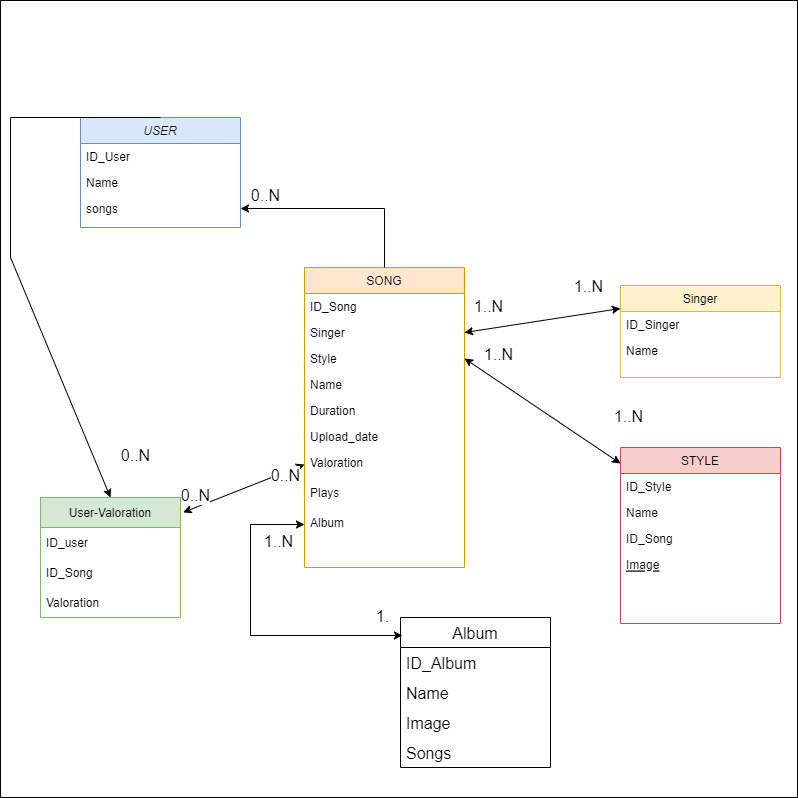
This is draw/database.drawio.png from abeja21/PFB-Kreitekfy-B, a draw.io export, as it was before one commit. Source tidied: cells renumbered, new cells last; positions are measured from the earlier drawing's top-left corner, leaving out a move shared by most shapes.
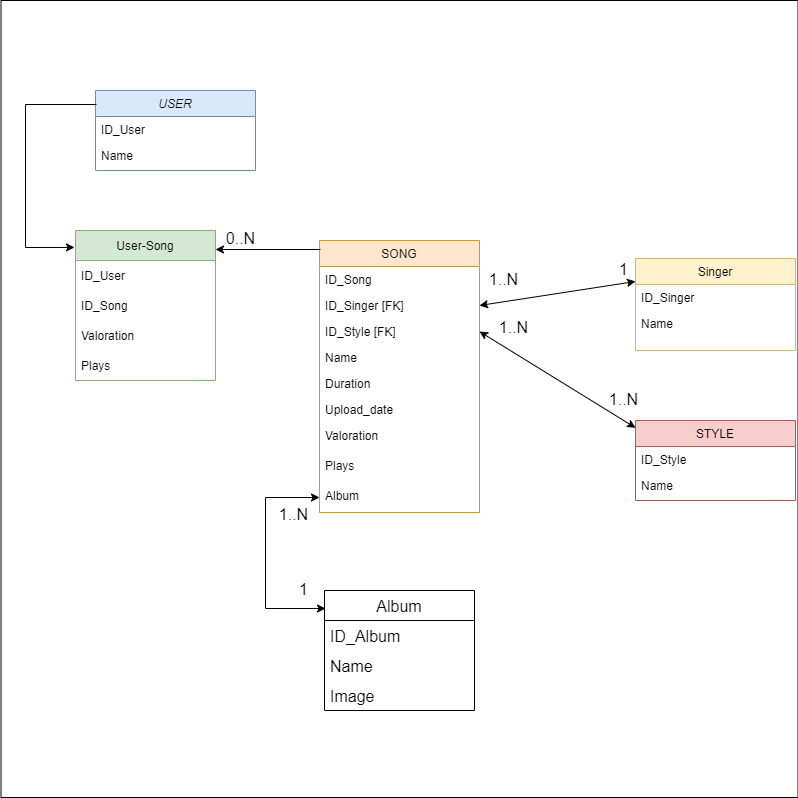
The same diagram one commit later.

What changed in the source:
```diff
@@ -3,10 +3,10 @@
     <mxCell id="0" />
     <mxCell id="1" parent="0" />
     <mxCell id="2" style="whiteSpace=wrap;html=1;" parent="1" vertex="1">
-      <mxGeometry width="797" height="797" as="geometry" />
+      <mxGeometry x="-14.5" y="27" width="797" height="797" as="geometry" />
     </mxCell>
     <mxCell id="3" value="USER" style="swimlane;fontStyle=2;align=center;verticalAlign=top;horizontal=1;startSize=26;rounded=0;shadow=0;strokeWidth=1;fillColor=#dae8fc;strokeColor=#6c8ebf;" parent="1" vertex="1">
-      <mxGeometry x="80" y="117" width="160" height="110" as="geometry" />
+      <mxGeometry x="80" y="117" width="160" height="80" as="geometry" />
     </mxCell>
     <mxCell id="4" value="ID_User" style="text;align=left;verticalAlign=top;spacingLeft=4;spacingRight=4;overflow=hidden;" parent="3" vertex="1">
       <mxGeometry y="26" width="160" height="26" as="geometry" />
@@ -14,11 +14,8 @@
     <mxCell id="5" value="Name" style="text;align=left;verticalAlign=top;spacingLeft=4;spacingRight=4;overflow=hidden;rounded=0;shadow=0;html=0;" parent="3" vertex="1">
       <mxGeometry y="52" width="160" height="26" as="geometry" />
     </mxCell>
-    <mxCell id="6" value="songs" style="text;align=left;verticalAlign=top;spacingLeft=4;spacingRight=4;overflow=hidden;points=[[0,0.5],[1,0.5]];portConstraint=eastwest;rounded=0;shadow=0;html=0;" parent="3" vertex="1">
-      <mxGeometry y="78" width="160" height="26" as="geometry" />
-    </mxCell>
     <mxCell id="7" value="STYLE" style="swimlane;fontStyle=0;align=center;verticalAlign=top;horizontal=1;startSize=26;rounded=0;shadow=0;strokeWidth=1;fillColor=#f8cecc;strokeColor=#b85450;" parent="1" vertex="1">
-      <mxGeometry x="620" y="447" width="160" height="176" as="geometry" />
+      <mxGeometry x="620" y="447" width="160" height="80" as="geometry" />
     </mxCell>
     <mxCell id="8" value="ID_Style" style="text;align=left;verticalAlign=top;spacingLeft=4;spacingRight=4;overflow=hidden;" parent="7" vertex="1">
       <mxGeometry y="26" width="160" height="26" as="geometry" />
@@ -26,12 +23,6 @@
     <mxCell id="9" value="Name" style="text;align=left;verticalAlign=top;spacingLeft=4;spacingRight=4;overflow=hidden;rounded=0;shadow=0;html=0;" parent="7" vertex="1">
       <mxGeometry y="52" width="160" height="26" as="geometry" />
     </mxCell>
-    <mxCell id="10" value="ID_Song" style="text;align=left;verticalAlign=top;spacingLeft=4;spacingRight=4;overflow=hidden;rounded=0;shadow=0;html=0;" parent="7" vertex="1">
-      <mxGeometry y="78" width="160" height="26" as="geometry" />
-    </mxCell>
-    <mxCell id="11" value="Image" style="text;align=left;verticalAlign=top;spacingLeft=4;spacingRight=4;overflow=hidden;fontStyle=4;" parent="7" vertex="1">
-      <mxGeometry y="104" width="160" height="72" as="geometry" />
-    </mxCell>
     <mxCell id="12" value="Singer" style="swimlane;fontStyle=0;align=center;verticalAlign=top;horizontal=1;startSize=26;rounded=0;shadow=0;strokeWidth=1;fillColor=#fff2cc;strokeColor=#d6b656;" parent="1" vertex="1">
       <mxGeometry x="620" y="285" width="160" height="92" as="geometry" />
     </mxCell>
@@ -42,15 +33,15 @@
       <mxGeometry y="52" width="160" height="26" as="geometry" />
     </mxCell>
     <mxCell id="15" value="SONG" style="swimlane;fontStyle=0;align=center;verticalAlign=top;horizontal=1;startSize=26;rounded=0;shadow=0;strokeWidth=1;fillColor=#ffe6cc;strokeColor=#d79b00;" parent="1" vertex="1">
-      <mxGeometry x="304" y="267" width="160" height="300" as="geometry" />
+      <mxGeometry x="304" y="267" width="160" height="272" as="geometry" />
     </mxCell>
     <mxCell id="16" value="ID_Song&#10;" style="text;align=left;verticalAlign=top;spacingLeft=4;spacingRight=4;overflow=hidden;" parent="15" vertex="1">
       <mxGeometry y="26" width="160" height="26" as="geometry" />
     </mxCell>
-    <mxCell id="17" value="Singer" style="text;align=left;verticalAlign=top;spacingLeft=4;spacingRight=4;overflow=hidden;points=[[0,0.5],[1,0.5]];portConstraint=eastwest;rounded=0;shadow=0;html=0;" parent="15" vertex="1">
+    <mxCell id="17" value="ID_Singer [FK]" style="text;align=left;verticalAlign=top;spacingLeft=4;spacingRight=4;overflow=hidden;points=[[0,0.5],[1,0.5]];portConstraint=eastwest;rounded=0;shadow=0;html=0;" parent="15" vertex="1">
       <mxGeometry y="52" width="160" height="26" as="geometry" />
     </mxCell>
-    <mxCell id="18" value="Style" style="text;align=left;verticalAlign=top;spacingLeft=4;spacingRight=4;overflow=hidden;points=[[0,0.5],[1,0.5]];portConstraint=eastwest;rounded=0;shadow=0;html=0;" parent="15" vertex="1">
+    <mxCell id="18" value="ID_Style [FK]" style="text;align=left;verticalAlign=top;spacingLeft=4;spacingRight=4;overflow=hidden;points=[[0,0.5],[1,0.5]];portConstraint=eastwest;rounded=0;shadow=0;html=0;" parent="15" vertex="1">
       <mxGeometry y="78" width="160" height="26" as="geometry" />
     </mxCell>
     <mxCell id="19" value="Name" style="text;align=left;verticalAlign=top;spacingLeft=4;spacingRight=4;overflow=hidden;rounded=0;shadow=0;html=0;" parent="15" vertex="1">
@@ -71,10 +62,10 @@
     <mxCell id="24" value="Album&#10;" style="text;align=left;verticalAlign=top;spacingLeft=4;spacingRight=4;overflow=hidden;points=[[0,0.5],[1,0.5]];portConstraint=eastwest;" parent="15" vertex="1">
       <mxGeometry y="242" width="160" height="30" as="geometry" />
     </mxCell>
-    <mxCell id="25" value="User-Valoration" style="swimlane;fontStyle=0;horizontal=1;startSize=30;fillColor=#d5e8d4;strokeColor=#82b366;" parent="1" vertex="1">
-      <mxGeometry x="40" y="497" width="140" height="120" as="geometry" />
+    <mxCell id="25" value="User-Song" style="swimlane;fontStyle=0;horizontal=1;startSize=30;fillColor=#d5e8d4;strokeColor=#82b366;" parent="1" vertex="1">
+      <mxGeometry x="60" y="257" width="140" height="150" as="geometry" />
     </mxCell>
-    <mxCell id="26" value="ID_user" style="text;strokeColor=none;fillColor=none;align=left;verticalAlign=middle;spacingLeft=4;spacingRight=4;overflow=hidden;" parent="25" vertex="1">
+    <mxCell id="26" value="ID_User" style="text;strokeColor=none;fillColor=none;align=left;verticalAlign=middle;spacingLeft=4;spacingRight=4;overflow=hidden;" parent="25" vertex="1">
       <mxGeometry y="30" width="140" height="30" as="geometry" />
     </mxCell>
     <mxCell id="27" value="ID_Song" style="text;strokeColor=none;fillColor=none;align=left;verticalAlign=middle;spacingLeft=4;spacingRight=4;overflow=hidden;" parent="25" vertex="1">
@@ -83,23 +74,14 @@
     <mxCell id="28" value="Valoration" style="text;strokeColor=none;fillColor=none;align=left;verticalAlign=middle;spacingLeft=4;spacingRight=4;overflow=hidden;" parent="25" vertex="1">
       <mxGeometry y="90" width="140" height="30" as="geometry" />
     </mxCell>
-    <mxCell id="29" style="endArrow=classic;html=1;rounded=0;entryX=1;entryY=0.5;entryDx=0;entryDy=0;exitX=0.5;exitY=0;exitDx=0;exitDy=0;" parent="1" edge="1" source="15" target="6">
-      <mxGeometry relative="1" as="geometry">
-        <Array as="points">
-          <mxPoint x="384" y="208" />
-        </Array>
-      </mxGeometry>
-    </mxCell>
-    <mxCell id="30" value="&lt;font style=&quot;font-size: 16px;&quot;&gt;0..N&lt;/font&gt;" style="edgeLabel;html=1;align=center;verticalAlign=middle;spacing=7;" parent="1" vertex="1">
-      <mxGeometry x="270" y="227" as="geometry">
-        <mxPoint x="-5" y="-33" as="offset" />
-      </mxGeometry>
-    </mxCell>
+    <mxCell id="50" value="Plays" style="text;strokeColor=none;fillColor=none;align=left;verticalAlign=middle;spacingLeft=4;spacingRight=4;overflow=hidden;" parent="25" vertex="1">
+      <mxGeometry y="120" width="140" height="30" as="geometry" />
+    </mxCell>
     <mxCell id="31" style="endArrow=classic;startArrow=classic;html=1;rounded=0;fontSize=16;exitX=0;exitY=0.25;exitDx=0;exitDy=0;entryX=1;entryY=0.5;entryDx=0;entryDy=0;" parent="1" edge="1" source="12" target="17">
       <mxGeometry relative="1" as="geometry" />
     </mxCell>
-    <mxCell id="32" value="&lt;font style=&quot;font-size: 16px;&quot;&gt;1..N&lt;/font&gt;" style="edgeLabel;html=1;align=center;verticalAlign=middle;spacing=7;" parent="1" vertex="1">
-      <mxGeometry x="590" y="247" as="geometry">
+    <mxCell id="32" value="&lt;span style=&quot;font-size: 16px;&quot;&gt;1&lt;/span&gt;" style="edgeLabel;html=1;align=center;verticalAlign=middle;spacing=7;" parent="1" vertex="1">
+      <mxGeometry x="610" y="257" as="geometry">
         <mxPoint x="-2" y="38" as="offset" />
       </mxGeometry>
     </mxCell>
@@ -112,43 +94,30 @@
       <mxGeometry relative="1" as="geometry" />
     </mxCell>
     <mxCell id="35" value="&lt;font style=&quot;font-size: 16px;&quot;&gt;1..N&lt;/font&gt;" style="edgeLabel;html=1;align=center;verticalAlign=middle;spacing=7;" parent="1" vertex="1">
-      <mxGeometry x="630" y="377" as="geometry">
+      <mxGeometry x="610" y="387" as="geometry">
         <mxPoint x="-2" y="38" as="offset" />
       </mxGeometry>
     </mxCell>
-    <mxCell id="36" style="endArrow=classic;html=1;rounded=0;fontSize=16;exitX=0.5;exitY=0;exitDx=0;exitDy=0;entryX=0.5;entryY=0;entryDx=0;entryDy=0;" parent="1" edge="1" source="3" target="25">
+    <mxCell id="36" style="endArrow=classic;html=1;rounded=0;fontSize=16;exitX=0.006;exitY=0.175;exitDx=0;exitDy=0;entryX=-0.007;entryY=0.113;entryDx=0;entryDy=0;entryPerimeter=0;exitPerimeter=0;" parent="1" edge="1" source="3" target="25">
       <mxGeometry relative="1" as="geometry">
         <Array as="points">
-          <mxPoint x="10" y="117" />
-          <mxPoint x="10" y="257" />
+          <mxPoint x="10" y="131" />
+          <mxPoint x="10" y="274" />
         </Array>
       </mxGeometry>
     </mxCell>
-    <mxCell id="37" value="&lt;font style=&quot;font-size: 16px;&quot;&gt;0..N&lt;/font&gt;" style="edgeLabel;html=1;align=center;verticalAlign=middle;spacing=7;" parent="1" vertex="1">
-      <mxGeometry x="140" y="487" as="geometry">
-        <mxPoint x="-5" y="-33" as="offset" />
-      </mxGeometry>
-    </mxCell>
-    <mxCell id="38" style="endArrow=classic;startArrow=classic;html=1;rounded=0;fontSize=16;exitX=1.019;exitY=0.124;exitDx=0;exitDy=0;exitPerimeter=0;entryX=0;entryY=0.5;entryDx=0;entryDy=0;" parent="1" edge="1" source="25" target="22">
-      <mxGeometry relative="1" as="geometry" />
-    </mxCell>
     <mxCell id="39" value="&lt;font style=&quot;font-size: 16px;&quot;&gt;0..N&lt;/font&gt;" style="edgeLabel;html=1;align=center;verticalAlign=middle;spacing=7;" parent="1" vertex="1">
-      <mxGeometry x="200" y="527" as="geometry">
+      <mxGeometry x="230" y="297" as="geometry">
         <mxPoint x="-5" y="-33" as="offset" />
       </mxGeometry>
     </mxCell>
-    <mxCell id="40" value="&lt;font style=&quot;font-size: 16px;&quot;&gt;0..N&lt;/font&gt;" style="edgeLabel;html=1;align=center;verticalAlign=middle;spacing=7;" parent="1" vertex="1">
-      <mxGeometry x="290" y="507" as="geometry">
-        <mxPoint x="-5" y="-33" as="offset" />
-      </mxGeometry>
-    </mxCell>
     <mxCell id="41" value="&lt;font style=&quot;font-size: 16px;&quot;&gt;1..N&lt;/font&gt;" style="edgeLabel;html=1;align=center;verticalAlign=middle;spacing=7;" parent="1" vertex="1">
       <mxGeometry x="500" y="315" as="geometry">
         <mxPoint x="-2" y="38" as="offset" />
       </mxGeometry>
     </mxCell>
     <mxCell id="42" value="Album" style="swimlane;fontStyle=0;horizontal=1;startSize=30;fontSize=16;" parent="1" vertex="1">
-      <mxGeometry x="400" y="617" width="150" height="150" as="geometry" />
+      <mxGeometry x="309" y="617" width="150" height="120" as="geometry" />
     </mxCell>
     <mxCell id="43" value="ID_Album" style="text;strokeColor=none;fillColor=none;align=left;verticalAlign=middle;spacingLeft=4;spacingRight=4;overflow=hidden;fontSize=16;" parent="42" vertex="1">
       <mxGeometry y="30" width="150" height="30" as="geometry" />
@@ -159,10 +128,7 @@
     <mxCell id="45" value="Image" style="text;strokeColor=none;fillColor=none;align=left;verticalAlign=middle;spacingLeft=4;spacingRight=4;overflow=hidden;fontSize=16;" parent="42" vertex="1">
       <mxGeometry y="90" width="150" height="30" as="geometry" />
     </mxCell>
-    <mxCell id="46" value="Songs" style="text;strokeColor=none;fillColor=none;align=left;verticalAlign=middle;spacingLeft=4;spacingRight=4;overflow=hidden;fontSize=16;" parent="42" vertex="1">
-      <mxGeometry y="120" width="150" height="30" as="geometry" />
-    </mxCell>
-    <mxCell id="47" style="endArrow=classic;startArrow=classic;html=1;rounded=0;fontSize=16;entryX=0;entryY=0.5;entryDx=0;entryDy=0;exitX=0.013;exitY=0.12;exitDx=0;exitDy=0;exitPerimeter=0;" parent="1" edge="1" source="42" target="24">
+    <mxCell id="47" style="endArrow=classic;startArrow=classic;html=1;rounded=0;fontSize=16;entryX=0;entryY=0.5;entryDx=0;entryDy=0;exitX=0.007;exitY=0.15;exitDx=0;exitDy=0;exitPerimeter=0;" parent="1" edge="1" source="42" target="24">
       <mxGeometry relative="1" as="geometry">
         <Array as="points">
           <mxPoint x="250" y="635" />
@@ -170,8 +136,8 @@
         </Array>
       </mxGeometry>
     </mxCell>
-    <mxCell id="48" value="&lt;font style=&quot;font-size: 16px;&quot;&gt;1.&lt;/font&gt;" style="edgeLabel;html=1;align=center;verticalAlign=middle;spacing=7;" parent="1" vertex="1">
-      <mxGeometry x="384" y="577" as="geometry">
+    <mxCell id="48" value="&lt;font style=&quot;font-size: 16px;&quot;&gt;1&lt;/font&gt;" style="edgeLabel;html=1;align=center;verticalAlign=middle;spacing=7;" parent="1" vertex="1">
+      <mxGeometry x="290" y="577" as="geometry">
         <mxPoint x="-2" y="38" as="offset" />
       </mxGeometry>
     </mxCell>
@@ -180,5 +146,10 @@
         <mxPoint x="-2" y="38" as="offset" />
       </mxGeometry>
     </mxCell>
+    <mxCell id="51" style="endArrow=classic;html=1;rounded=0;exitX=0.006;exitY=0.033;exitDx=0;exitDy=0;exitPerimeter=0;" parent="1" edge="1" source="15">
+      <mxGeometry relative="1" as="geometry">
+        <mxPoint x="200" y="276" as="targetPoint" />
+      </mxGeometry>
+    </mxCell>
   </root>
 </mxGraphModel>
```
